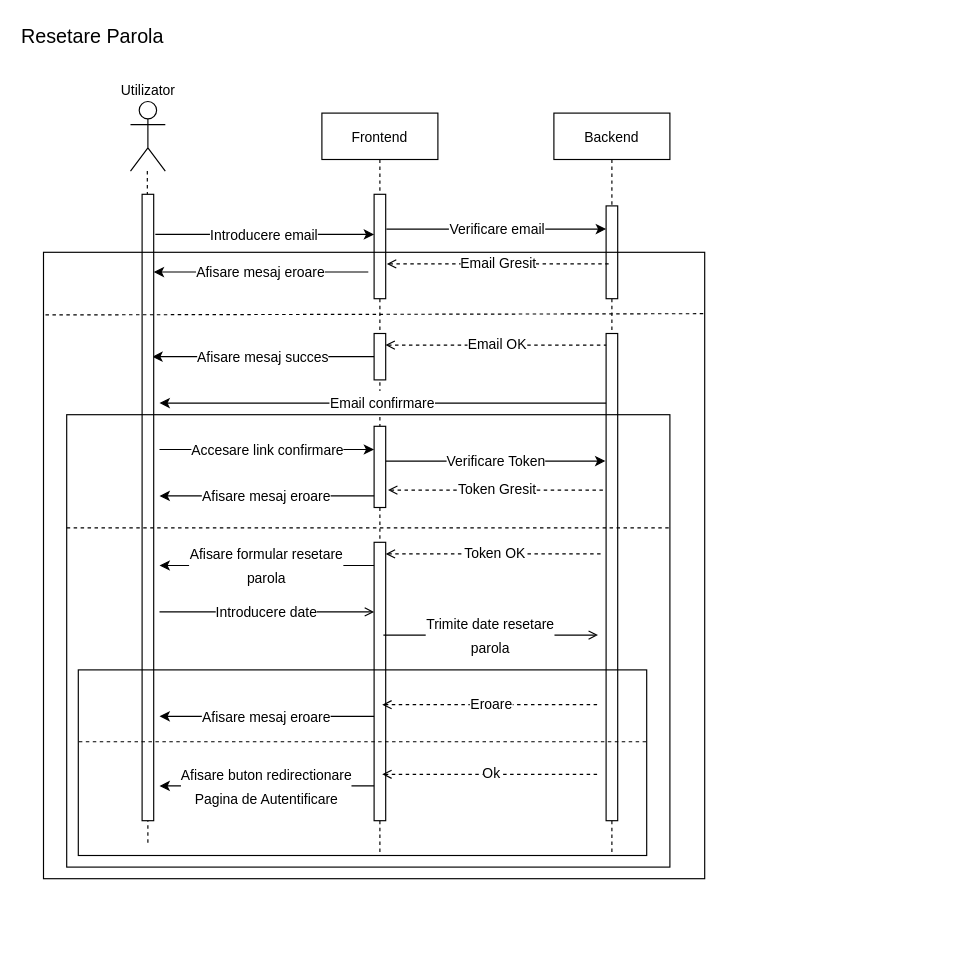
This is usecase/SequenceDiagram2.drawio from alexjircan/KeyPath, a draw.io file, before an edit. Source tidied: cells renumbered, new cells numbered last; positions are measured from the earlier drawing's top-left corner, leaving out a move shared by most shapes. Both pictures are drawn from the tidied source at 116%, with x=0, y=0 at pixel (20, 20).
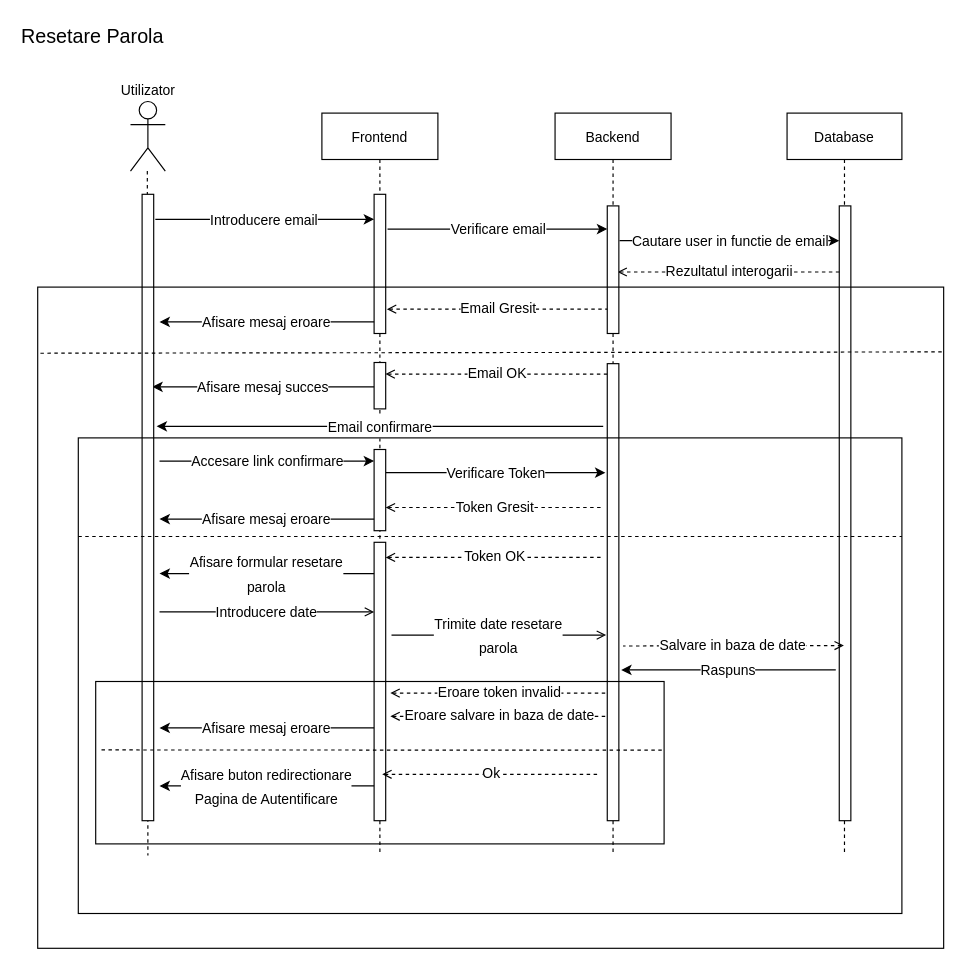
The same diagram, later.

Commit message (it also covers changes not shown here):
sequence diagrams

The change refers to these unchanged cells:
```xml
<mxCell id="2" value="Frontend" style="shape=umlLifeline;perimeter=lifelinePerimeter;rounded=0;shadow=0;strokeWidth=1;" parent="1" vertex="1">
  <mxGeometry x="260" y="80" width="100" height="640" as="geometry" />
</mxCell>
<mxCell id="22" style="points=[];perimeter=orthogonalPerimeter;rounded=0;shadow=0;strokeWidth=1;" parent="1" vertex="1">
  <mxGeometry x="105" y="150" width="10" height="540" as="geometry" />
</mxCell>
```

Change to the diagram source:
```diff
@@
     <mxCell id="3" style="points=[];perimeter=orthogonalPerimeter;rounded=0;shadow=0;strokeWidth=1;" parent="2" vertex="1">
-      <mxGeometry x="45" y="70" width="10" height="90" as="geometry" />
+      <mxGeometry x="45" y="70" width="10" height="120" as="geometry" />
     </mxCell>
     <mxCell id="4" style="perimeter=orthogonalPerimeter;rounded=0;shadow=0;strokeWidth=1;" parent="2" vertex="1">
-      <mxGeometry x="45" y="190" width="10" height="40" as="geometry" />
+      <mxGeometry x="45" y="215" width="10" height="40" as="geometry" />
     </mxCell>
     <mxCell id="5" value="&lt;span style=&quot;font-size: 12px;&quot;&gt;Verificare Token&lt;/span&gt;" style="endArrow=classic;html=1;rounded=0;fontSize=17;exitX=1.06;exitY=0.146;exitDx=0;exitDy=0;exitPerimeter=0;" parent="2" edge="1">
       <mxGeometry relative="1" as="geometry">
-        <mxPoint x="55" y="300" as="sourcePoint" />
-        <mxPoint x="244.4" y="300" as="targetPoint" />
+        <mxPoint x="55" y="310" as="sourcePoint" />
+        <mxPoint x="244.4" y="310" as="targetPoint" />
       </mxGeometry>
     </mxCell>
     <mxCell id="6" value="Email OK" style="endArrow=none;dashed=1;html=1;rounded=0;fontSize=12;entryX=0.1;entryY=0.321;entryDx=0;entryDy=0;entryPerimeter=0;startArrow=open;startFill=0;exitX=0.98;exitY=0.323;exitDx=0;exitDy=0;exitPerimeter=0;" parent="2" edge="1">
       <mxGeometry relative="1" as="geometry">
-        <mxPoint x="54.8" y="200" as="sourcePoint" />
-        <mxPoint x="246" y="200" as="targetPoint" />
+        <mxPoint x="54.8" y="225" as="sourcePoint" />
+        <mxPoint x="246" y="225" as="targetPoint" />
       </mxGeometry>
     </mxCell>
     <mxCell id="7" value="&lt;span style=&quot;font-size: 12px;&quot;&gt;Afisare mesaj succes&lt;/span&gt;" style="endArrow=classic;html=1;rounded=0;fontSize=17;entryX=1.06;entryY=0.382;entryDx=0;entryDy=0;entryPerimeter=0;exitX=0.18;exitY=0.382;exitDx=0;exitDy=0;exitPerimeter=0;" parent="2" edge="1">
       <mxGeometry relative="1" as="geometry">
-        <mxPoint x="45" y="210" as="sourcePoint" />
-        <mxPoint x="-146.2" y="210" as="targetPoint" />
+        <mxPoint x="45" y="236" as="sourcePoint" />
+        <mxPoint x="-146.2" y="236" as="targetPoint" />
       </mxGeometry>
     </mxCell>
     <mxCell id="8" style="perimeter=orthogonalPerimeter;rounded=0;shadow=0;strokeWidth=1;" parent="2" vertex="1">
-      <mxGeometry x="45" y="270" width="10" height="70" as="geometry" />
+      <mxGeometry x="45" y="290" width="10" height="70" as="geometry" />
     </mxCell>
-    <mxCell id="9" value="&lt;font style=&quot;font-size: 12px;&quot;&gt;Accesare link confirmare&lt;/font&gt;" style="endArrow=classic;html=1;rounded=0;fontSize=17;exitX=1.06;exitY=0.146;exitDx=0;exitDy=0;exitPerimeter=0;" parent="2" edge="1">
-      <mxGeometry relative="1" as="geometry">
-        <mxPoint x="-140" y="290" as="sourcePoint" />
-        <mxPoint x="45" y="290" as="targetPoint" />
-      </mxGeometry>
-    </mxCell>
     <mxCell id="10" value="&lt;font style=&quot;font-size: 12px;&quot;&gt;Afisare mesaj eroare&lt;/font&gt;" style="endArrow=classic;html=1;rounded=0;fontSize=17;" parent="2" edge="1">
       <mxGeometry relative="1" as="geometry">
-        <mxPoint x="45" y="330" as="sourcePoint" />
-        <mxPoint x="-140" y="330" as="targetPoint" />
+        <mxPoint x="45" y="350" as="sourcePoint" />
+        <mxPoint x="-140" y="350" as="targetPoint" />
       </mxGeometry>
     </mxCell>
@@
     <mxCell id="12" value="Token OK" style="endArrow=none;dashed=1;html=1;rounded=0;fontSize=12;startArrow=open;startFill=0;exitX=0.5;exitY=0.556;exitDx=0;exitDy=0;exitPerimeter=0;" parent="2" edge="1">
       <mxGeometry x="0.01" relative="1" as="geometry">
-        <mxPoint x="55" y="380" as="sourcePoint" />
-        <mxPoint x="242" y="380" as="targetPoint" />
+        <mxPoint x="55" y="383" as="sourcePoint" />
+        <mxPoint x="242" y="383" as="targetPoint" />
       </mxGeometry>
     </mxCell>
     <mxCell id="13" value="&lt;font style=&quot;font-size: 12px;&quot;&gt;Afisare formular resetare&lt;br&gt;parola&lt;br&gt;&lt;/font&gt;" style="endArrow=classic;html=1;rounded=0;fontSize=17;" parent="2" edge="1">
       <mxGeometry relative="1" as="geometry">
-        <mxPoint x="45" y="390" as="sourcePoint" />
-        <mxPoint x="-140" y="390" as="targetPoint" />
+        <mxPoint x="45" y="397" as="sourcePoint" />
+        <mxPoint x="-140" y="397" as="targetPoint" />
       </mxGeometry>
     </mxCell>
@@
     <mxCell id="15" value="&lt;font style=&quot;font-size: 12px;&quot;&gt;Afisare mesaj eroare&lt;/font&gt;" style="endArrow=classic;html=1;rounded=0;fontSize=17;" parent="2" edge="1">
       <mxGeometry relative="1" as="geometry">
-        <mxPoint x="45" y="520" as="sourcePoint" />
-        <mxPoint x="-140" y="520" as="targetPoint" />
+        <mxPoint x="45" y="530" as="sourcePoint" />
+        <mxPoint x="-140" y="530" as="targetPoint" />
       </mxGeometry>
     </mxCell>
@@
+    <mxCell id="28" value="&lt;font style=&quot;font-size: 12px;&quot;&gt;Afisare mesaj eroare&lt;/font&gt;" style="endArrow=classic;html=1;rounded=0;fontSize=17;" parent="2" edge="1">
+      <mxGeometry relative="1" as="geometry">
+        <mxPoint x="45" y="180" as="sourcePoint" />
+        <mxPoint x="-140" y="180" as="targetPoint" />
+      </mxGeometry>
+    </mxCell>
+    <mxCell id="31" value="Token Gresit" style="endArrow=none;dashed=1;html=1;rounded=0;fontSize=12;startArrow=open;startFill=0;exitX=0.5;exitY=0.556;exitDx=0;exitDy=0;exitPerimeter=0;" parent="2" edge="1">
+      <mxGeometry x="0.01" relative="1" as="geometry">
+        <mxPoint x="55" y="340" as="sourcePoint" />
+        <mxPoint x="242" y="340" as="targetPoint" />
+      </mxGeometry>
+    </mxCell>
-    <mxCell id="17" value="Backend" style="shape=umlLifeline;perimeter=lifelinePerimeter;rounded=0;shadow=0;strokeWidth=1;" parent="1" vertex="1">
-      <mxGeometry x="460" y="80" width="100" height="640" as="geometry" />
+    <mxCell id="17" value="Database" style="shape=umlLifeline;perimeter=lifelinePerimeter;rounded=0;shadow=0;strokeWidth=1;" parent="1" vertex="1">
+      <mxGeometry x="661" y="80" width="99" height="640" as="geometry" />
     </mxCell>
-    <mxCell id="18" style="perimeter=orthogonalPerimeter;rounded=0;shadow=0;strokeWidth=1;" parent="17" vertex="1">
-      <mxGeometry x="45" y="80" width="10" height="80" as="geometry" />
-    </mxCell>
-    <mxCell id="19" value="&lt;span style=&quot;font-size: 12px;&quot;&gt;Verificare email&lt;/span&gt;" style="endArrow=classic;html=1;rounded=0;fontSize=17;exitX=1.06;exitY=0.146;exitDx=0;exitDy=0;exitPerimeter=0;" parent="17" edge="1">
+    <mxCell id="19" value="&lt;span style=&quot;font-size: 12px;&quot;&gt;Cautare user in functie de email&lt;/span&gt;" style="endArrow=classic;html=1;rounded=0;fontSize=17;exitX=1.06;exitY=0.146;exitDx=0;exitDy=0;exitPerimeter=0;" parent="17" edge="1">
       <mxGeometry relative="1" as="geometry">
-        <mxPoint x="-144.4" y="100" as="sourcePoint" />
-        <mxPoint x="45" y="100" as="targetPoint" />
+        <mxPoint x="-144.4" y="110" as="sourcePoint" />
+        <mxPoint x="45" y="110" as="targetPoint" />
       </mxGeometry>
     </mxCell>
     <mxCell id="20" style="perimeter=orthogonalPerimeter;rounded=0;shadow=0;strokeWidth=1;" parent="17" vertex="1">
-      <mxGeometry x="45" y="190" width="10" height="420" as="geometry" />
+      <mxGeometry x="45" y="80" width="10" height="530" as="geometry" />
     </mxCell>
+    <mxCell id="39" value="Rezultatul interogarii" style="endArrow=none;dashed=1;html=1;rounded=0;fontSize=12;entryX=0.1;entryY=0.321;entryDx=0;entryDy=0;entryPerimeter=0;startArrow=open;startFill=0;exitX=0.98;exitY=0.323;exitDx=0;exitDy=0;exitPerimeter=0;" parent="17" edge="1">
+      <mxGeometry relative="1" as="geometry">
+        <mxPoint x="-146.2" y="137" as="sourcePoint" />
+        <mxPoint x="45" y="137" as="targetPoint" />
+      </mxGeometry>
+    </mxCell>
     <mxCell id="21" style="endArrow=none;dashed=1;html=1;rounded=0;" parent="1" edge="1">
       <mxGeometry relative="1" as="geometry">
         <mxPoint x="109.5" y="130" as="sourcePoint" />
-        <mxPoint x="110" y="710" as="targetPoint" />
+        <mxPoint x="110" y="720" as="targetPoint" />
       </mxGeometry>
     </mxCell>
@@
-    <mxCell id="25" value="&lt;font style=&quot;font-size: 12px;&quot;&gt;Introducere email&lt;/font&gt;" style="endArrow=classic;html=1;rounded=0;fontSize=17;exitX=1.14;exitY=0.064;exitDx=0;exitDy=0;exitPerimeter=0;" parent="1" edge="1" source="22" target="3">
-      <mxGeometry relative="1" as="geometry" />
+    <mxCell id="25" value="&lt;font style=&quot;font-size: 12px;&quot;&gt;Introducere email&lt;/font&gt;" style="endArrow=classic;html=1;rounded=0;fontSize=17;exitX=1.14;exitY=0.064;exitDx=0;exitDy=0;exitPerimeter=0;" parent="1" edge="1">
+      <mxGeometry relative="1" as="geometry">
+        <mxPoint x="116.4" y="171.6" as="sourcePoint" />
+        <mxPoint x="305" y="171.6" as="targetPoint" />
+      </mxGeometry>
     </mxCell>
     <mxCell id="26" value="&lt;span style=&quot;font-size: 12px;&quot;&gt;Email confirmare&lt;/span&gt;" style="endArrow=classic;html=1;rounded=0;fontSize=17;" parent="1" edge="1">
       <mxGeometry relative="1" as="geometry">
-        <mxPoint x="505" y="330" as="sourcePoint" />
-        <mxPoint x="120" y="330" as="targetPoint" />
+        <mxPoint x="502.5" y="350" as="sourcePoint" />
+        <mxPoint x="117.5" y="350" as="targetPoint" />
       </mxGeometry>
     </mxCell>
     <mxCell id="27" value="Email Gresit" style="endArrow=none;dashed=1;html=1;rounded=0;fontSize=12;entryX=0.1;entryY=0.321;entryDx=0;entryDy=0;entryPerimeter=0;startArrow=open;startFill=0;exitX=0.98;exitY=0.323;exitDx=0;exitDy=0;exitPerimeter=0;" parent="1" edge="1">
       <mxGeometry relative="1" as="geometry">
-        <mxPoint x="316" y="210" as="sourcePoint" />
-        <mxPoint x="507.2" y="210" as="targetPoint" />
+        <mxPoint x="316" y="249" as="sourcePoint" />
+        <mxPoint x="507.2" y="249" as="targetPoint" />
       </mxGeometry>
     </mxCell>
-    <mxCell id="28" value="&lt;font style=&quot;font-size: 12px;&quot;&gt;Afisare mesaj eroare&lt;/font&gt;" style="endArrow=classic;html=1;rounded=0;fontSize=17;" parent="1" edge="1" target="22">
-      <mxGeometry relative="1" as="geometry">
-        <mxPoint x="300" y="217" as="sourcePoint" />
-      </mxGeometry>
-    </mxCell>
+    <mxCell id="32" value="&lt;font style=&quot;font-size: 12px;&quot;&gt;Trimite date resetare&lt;br&gt;parola&lt;br&gt;&lt;/font&gt;" style="endArrow=none;html=1;rounded=0;fontSize=17;startArrow=open;startFill=0;endFill=0;" parent="1" edge="1">
+      <mxGeometry relative="1" as="geometry">
+        <mxPoint x="505" y="530" as="sourcePoint" />
+        <mxPoint x="320" y="530" as="targetPoint" />
+      </mxGeometry>
+    </mxCell>
+    <mxCell id="34" value="Ok" style="endArrow=none;dashed=1;html=1;rounded=0;fontSize=12;startArrow=open;startFill=0;exitX=0.5;exitY=0.556;exitDx=0;exitDy=0;exitPerimeter=0;" parent="1" edge="1">
+      <mxGeometry x="0.01" relative="1" as="geometry">
+        <mxPoint x="312" y="650" as="sourcePoint" />
+        <mxPoint x="499" y="650" as="targetPoint" />
+      </mxGeometry>
+    </mxCell>
+    <mxCell id="40" value="Backend" style="shape=umlLifeline;perimeter=lifelinePerimeter;rounded=0;shadow=0;strokeWidth=1;" parent="1" vertex="1">
+      <mxGeometry x="461" y="80" width="100" height="640" as="geometry" />
+    </mxCell>
+    <mxCell id="41" style="perimeter=orthogonalPerimeter;rounded=0;shadow=0;strokeWidth=1;" parent="40" vertex="1">
+      <mxGeometry x="45" y="80" width="10" height="110" as="geometry" />
+    </mxCell>
+    <mxCell id="42" value="&lt;span style=&quot;font-size: 12px;&quot;&gt;Verificare email&lt;/span&gt;" style="endArrow=classic;html=1;rounded=0;fontSize=17;exitX=1.06;exitY=0.146;exitDx=0;exitDy=0;exitPerimeter=0;" parent="40" edge="1">
+      <mxGeometry relative="1" as="geometry">
+        <mxPoint x="-144.4" y="100" as="sourcePoint" />
+        <mxPoint x="45" y="100" as="targetPoint" />
+      </mxGeometry>
+    </mxCell>
+    <mxCell id="43" style="perimeter=orthogonalPerimeter;rounded=0;shadow=0;strokeWidth=1;" parent="40" vertex="1">
+      <mxGeometry x="45" y="216" width="10" height="394" as="geometry" />
+    </mxCell>
+    <mxCell id="44" value="Eroare salvare in baza de date" style="endArrow=none;dashed=1;html=1;rounded=0;fontSize=12;startArrow=open;startFill=0;exitX=0.5;exitY=0.556;exitDx=0;exitDy=0;exitPerimeter=0;" parent="40" edge="1">
+      <mxGeometry x="0.01" relative="1" as="geometry">
+        <mxPoint x="-142" y="520" as="sourcePoint" />
+        <mxPoint x="45" y="520" as="targetPoint" />
+      </mxGeometry>
+    </mxCell>
+    <mxCell id="33" value="Eroare token invalid" style="endArrow=none;dashed=1;html=1;rounded=0;fontSize=12;startArrow=open;startFill=0;exitX=0.5;exitY=0.556;exitDx=0;exitDy=0;exitPerimeter=0;" parent="40" edge="1">
+      <mxGeometry x="0.01" relative="1" as="geometry">
+        <mxPoint x="-142" y="500" as="sourcePoint" />
+        <mxPoint x="45" y="500" as="targetPoint" />
+      </mxGeometry>
+    </mxCell>
+    <mxCell id="9" value="&lt;font style=&quot;font-size: 12px;&quot;&gt;Accesare link confirmare&lt;/font&gt;" style="endArrow=classic;html=1;rounded=0;fontSize=17;exitX=1.06;exitY=0.146;exitDx=0;exitDy=0;exitPerimeter=0;" parent="1" edge="1">
+      <mxGeometry relative="1" as="geometry">
+        <mxPoint x="120" y="380" as="sourcePoint" />
+        <mxPoint x="305" y="380" as="targetPoint" />
+      </mxGeometry>
+    </mxCell>
+    <mxCell id="36" style="endArrow=none;dashed=1;html=1;rounded=0;fontSize=12;exitX=0;exitY=0.25;exitDx=0;exitDy=0;" parent="1" edge="1">
+      <mxGeometry relative="1" as="geometry">
+        <mxPoint x="50" y="445" as="sourcePoint" />
+        <mxPoint x="760" y="445" as="targetPoint" />
+      </mxGeometry>
+    </mxCell>
+    <mxCell id="45" value="Salvare in baza de date" style="endArrow=none;dashed=1;html=1;rounded=0;fontSize=12;startArrow=open;startFill=0;entryX=1.36;entryY=0.589;entryDx=0;entryDy=0;entryPerimeter=0;" parent="1" edge="1">
+      <mxGeometry x="0.01" relative="1" as="geometry">
+        <mxPoint x="710" y="539" as="sourcePoint" />
+        <mxPoint x="519.6" y="539.4" as="targetPoint" />
+      </mxGeometry>
+    </mxCell>
+    <mxCell id="35" style="rounded=0;whiteSpace=wrap;html=1;fontSize=12;fillColor=none;" parent="1" vertex="1">
+      <mxGeometry x="50" y="360" width="710" height="410" as="geometry" />
+    </mxCell>
+    <mxCell id="37" style="rounded=0;whiteSpace=wrap;html=1;fontSize=12;fillColor=none;" parent="1" vertex="1">
+      <mxGeometry x="65" y="570" width="490" height="140" as="geometry" />
+    </mxCell>
+    <mxCell id="38" style="endArrow=none;dashed=1;html=1;rounded=0;fontSize=12;entryX=1.001;entryY=0.387;entryDx=0;entryDy=0;entryPerimeter=0;" parent="1" edge="1">
+      <mxGeometry relative="1" as="geometry">
+        <mxPoint x="70" y="629" as="sourcePoint" />
+        <mxPoint x="555.5" y="629.2" as="targetPoint" />
+      </mxGeometry>
+    </mxCell>
     <mxCell id="29" style="rounded=0;whiteSpace=wrap;html=1;fontSize=12;fillColor=none;" parent="1" vertex="1">
-      <mxGeometry x="20" y="200" width="570" height="540" as="geometry" />
+      <mxGeometry x="15" y="230" width="781" height="570" as="geometry" />
     </mxCell>
@@
-    <mxCell id="31" value="Token Gresit" style="endArrow=none;dashed=1;html=1;rounded=0;fontSize=12;startArrow=open;startFill=0;exitX=0.5;exitY=0.556;exitDx=0;exitDy=0;exitPerimeter=0;" parent="1" edge="1">
-      <mxGeometry x="0.01" relative="1" as="geometry">
-        <mxPoint x="317" y="405" as="sourcePoint" />
-        <mxPoint x="504" y="405" as="targetPoint" />
-      </mxGeometry>
-    </mxCell>
-    <mxCell id="32" value="&lt;font style=&quot;font-size: 12px;&quot;&gt;Trimite date resetare&lt;br&gt;parola&lt;br&gt;&lt;/font&gt;" style="endArrow=none;html=1;rounded=0;fontSize=17;startArrow=open;startFill=0;endFill=0;" parent="1" edge="1">
-      <mxGeometry relative="1" as="geometry">
-        <mxPoint x="498" y="530" as="sourcePoint" />
-        <mxPoint x="313" y="530" as="targetPoint" />
-      </mxGeometry>
-    </mxCell>
-    <mxCell id="33" value="Eroare" style="endArrow=none;dashed=1;html=1;rounded=0;fontSize=12;startArrow=open;startFill=0;exitX=0.5;exitY=0.556;exitDx=0;exitDy=0;exitPerimeter=0;" parent="1" edge="1">
-      <mxGeometry x="0.01" relative="1" as="geometry">
-        <mxPoint x="312" y="590" as="sourcePoint" />
-        <mxPoint x="499" y="590" as="targetPoint" />
-      </mxGeometry>
-    </mxCell>
-    <mxCell id="34" value="Ok" style="endArrow=none;dashed=1;html=1;rounded=0;fontSize=12;startArrow=open;startFill=0;exitX=0.5;exitY=0.556;exitDx=0;exitDy=0;exitPerimeter=0;" parent="1" edge="1">
-      <mxGeometry x="0.01" relative="1" as="geometry">
-        <mxPoint x="312" y="650" as="sourcePoint" />
-        <mxPoint x="499" y="650" as="targetPoint" />
-      </mxGeometry>
-    </mxCell>
-    <mxCell id="35" style="rounded=0;whiteSpace=wrap;html=1;fontSize=12;fillColor=none;" parent="1" vertex="1">
-      <mxGeometry x="40" y="340" width="520" height="390" as="geometry" />
-    </mxCell>
-    <mxCell id="36" style="endArrow=none;dashed=1;html=1;rounded=0;fontSize=12;entryX=1;entryY=0.25;entryDx=0;entryDy=0;exitX=0;exitY=0.25;exitDx=0;exitDy=0;" parent="1" edge="1" source="35" target="35">
-      <mxGeometry relative="1" as="geometry" />
-    </mxCell>
-    <mxCell id="37" style="rounded=0;whiteSpace=wrap;html=1;fontSize=12;fillColor=none;" parent="1" vertex="1">
-      <mxGeometry x="50" y="560" width="490" height="160" as="geometry" />
-    </mxCell>
-    <mxCell id="38" style="endArrow=none;dashed=1;html=1;rounded=0;fontSize=12;entryX=1.001;entryY=0.387;entryDx=0;entryDy=0;exitX=0.001;exitY=0.387;exitDx=0;exitDy=0;entryPerimeter=0;exitPerimeter=0;" parent="1" edge="1" source="37" target="37">
-      <mxGeometry relative="1" as="geometry" />
-    </mxCell>
+    <mxCell id="46" value="&lt;font style=&quot;font-size: 12px;&quot;&gt;Raspuns&lt;/font&gt;" style="endArrow=classic;html=1;rounded=0;fontSize=17;" parent="1" edge="1">
+      <mxGeometry relative="1" as="geometry">
+        <mxPoint x="703" y="560" as="sourcePoint" />
+        <mxPoint x="518" y="560" as="targetPoint" />
+      </mxGeometry>
+    </mxCell>
```
